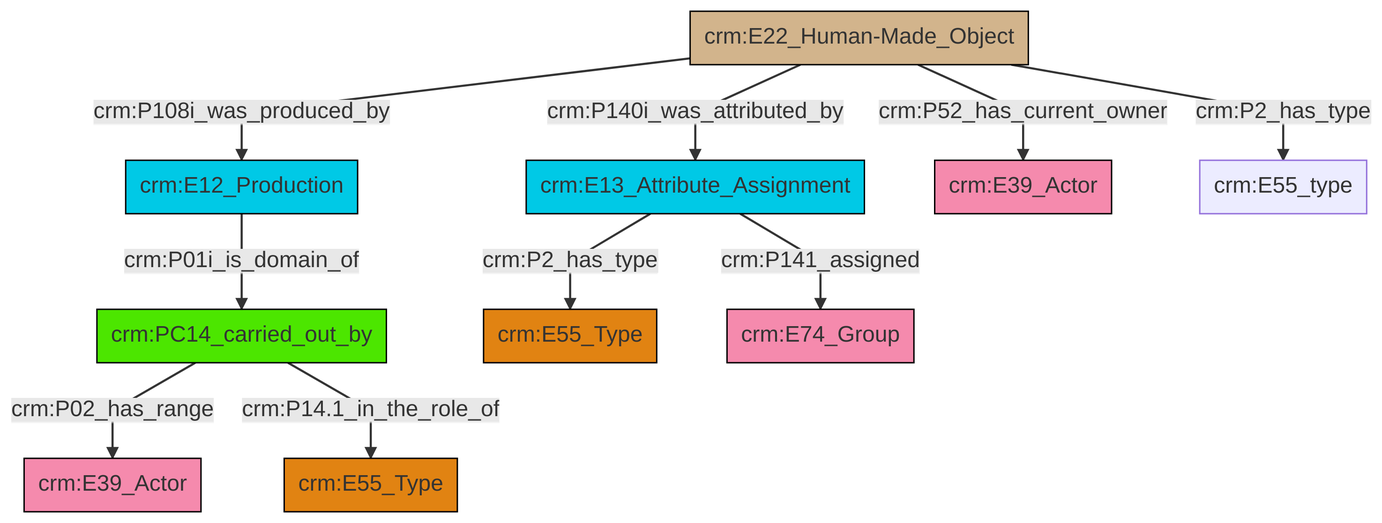
Above: et/builtWorkCSV/ttl/mmd/png/Built_Work_actor_relations.png in swiss-art-research-net/docs.swissartresearch (Mermaid), before the change. Its source is kept beside it as et/builtWorkCSV/ttl/mmd/Built_Work_actor_relations.ttl.mmd.
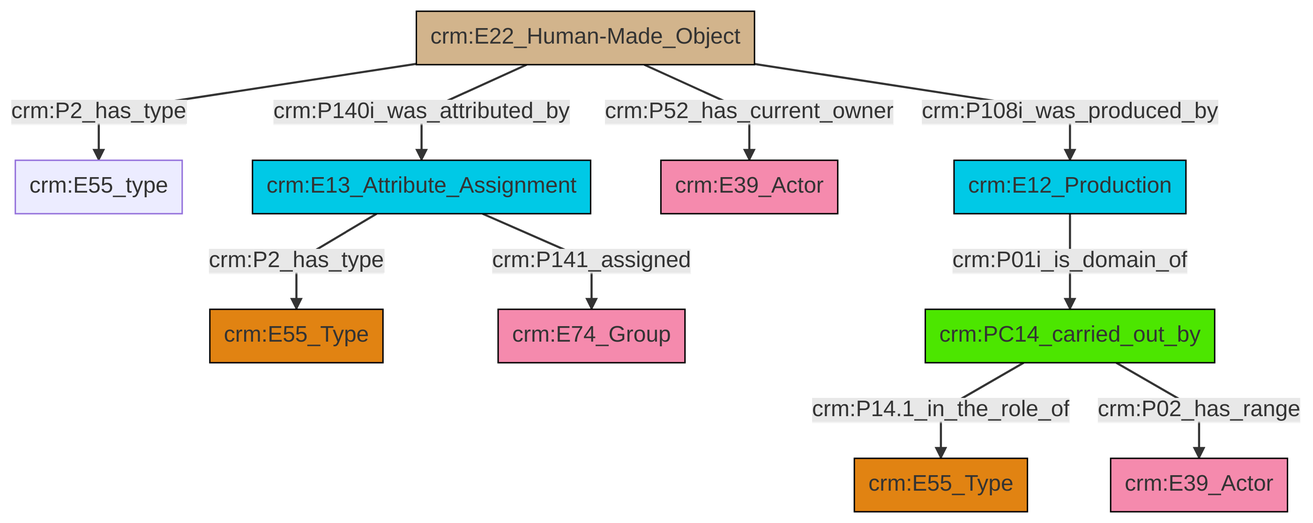
The same file after the commit.

Change to the diagram source:
```diff
@@ -13,12 +13,12 @@
 classDef PC_Classes fill:#4ce600, stroke:#000000;
 classDef Multi fill:#cccccc,stroke:#000000;
 
-4["crm:E22_Human-Made_Object"]:::Physical_Thing -->|crm:P140i_was_attributed_by| 5["crm:E13_Attribute_Assignment"]:::Temporal_Entity
-2["crm:PC14_carried_out_by"]:::PC_Classes -->|crm:P02_has_range| 6["crm:E39_Actor"]:::Actor
-5["crm:E13_Attribute_Assignment"]:::Temporal_Entity -->|crm:P2_has_type| 7["crm:E55_Type"]:::Type
-2["crm:PC14_carried_out_by"]:::PC_Classes -->|crm:P14.1_in_the_role_of| 12["crm:E55_Type"]:::Type
-4["crm:E22_Human-Made_Object"]:::Physical_Thing -->|crm:P108i_was_produced_by| 0["crm:E12_Production"]:::Temporal_Entity
-4["crm:E22_Human-Made_Object"]:::Physical_Thing -->|crm:P52_has_current_owner| 8["crm:E39_Actor"]:::Actor
-5["crm:E13_Attribute_Assignment"]:::Temporal_Entity -->|crm:P141_assigned| 10["crm:E74_Group"]:::Actor
-4["crm:E22_Human-Made_Object"]:::Physical_Thing -->|crm:P2_has_type| 15["crm:E55_type"]:::Default
-0["crm:E12_Production"]:::Temporal_Entity -->|crm:P01i_is_domain_of| 2["crm:PC14_carried_out_by"]:::PC_Classes
+2["crm:E22_Human-Made_Object"]:::Physical_Thing -->|crm:P140i_was_attributed_by| 3["crm:E13_Attribute_Assignment"]:::Temporal_Entity
+2["crm:E22_Human-Made_Object"]:::Physical_Thing -->|crm:P108i_was_produced_by| 10["crm:E12_Production"]:::Temporal_Entity
+2["crm:E22_Human-Made_Object"]:::Physical_Thing -->|crm:P2_has_type| 0["crm:E55_type"]:::Default
+2["crm:E22_Human-Made_Object"]:::Physical_Thing -->|crm:P52_has_current_owner| 8["crm:E39_Actor"]:::Actor
+10["crm:E12_Production"]:::Temporal_Entity -->|crm:P01i_is_domain_of| 18["crm:PC14_carried_out_by"]:::PC_Classes
+3["crm:E13_Attribute_Assignment"]:::Temporal_Entity -->|crm:P2_has_type| 4["crm:E55_Type"]:::Type
+18["crm:PC14_carried_out_by"]:::PC_Classes -->|crm:P14.1_in_the_role_of| 6["crm:E55_Type"]:::Type
+3["crm:E13_Attribute_Assignment"]:::Temporal_Entity -->|crm:P141_assigned| 16["crm:E74_Group"]:::Actor
+18["crm:PC14_carried_out_by"]:::PC_Classes -->|crm:P02_has_range| 12["crm:E39_Actor"]:::Actor
```
